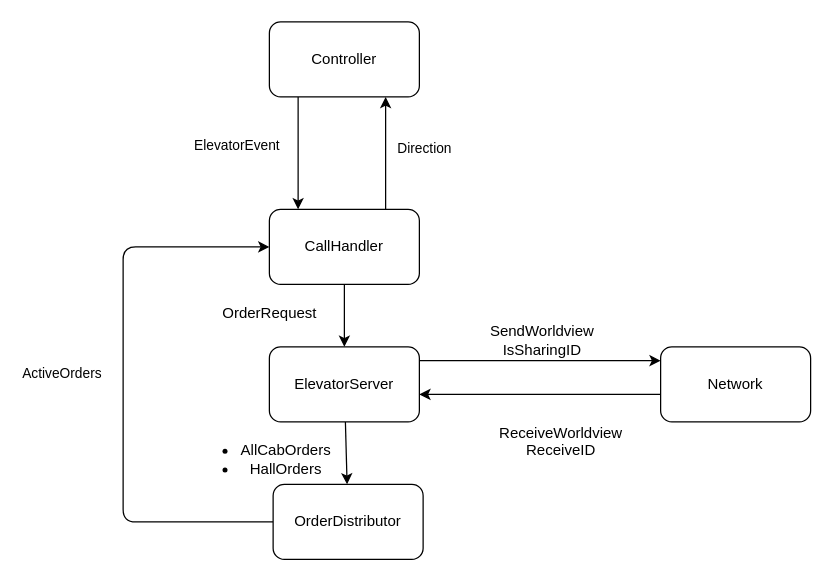
jensmunkerud/ElevatorProject keeps this draw.io diagram as Documentation/systemOverviewUML.drawio. Above is the earlier version. Source tidied: cells renumbered, new cells numbered last; positions are measured from the earlier drawing's top-left corner, leaving out a move shared by most shapes. Both pictures are drawn from the tidied source at 125%, with x=0, y=0 at pixel (122, 21).
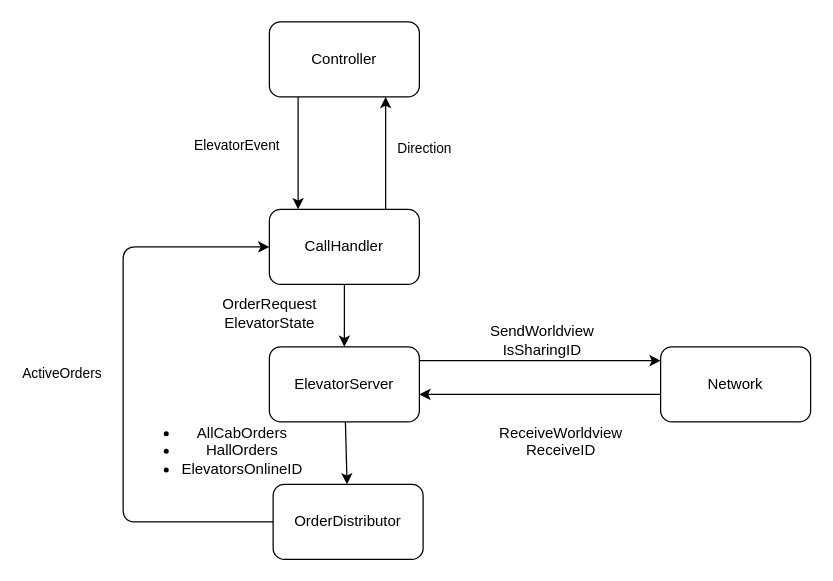
Above is the later version.

Change to the diagram source:
```diff
@@
-    <mxCell id="17" value="OrderRequest" style="text;html=1;align=center;verticalAlign=middle;strokeColor=none;fillColor=none;" parent="1" vertex="1">
-      <mxGeometry x="67" y="218" width="100" height="30" as="geometry" />
+    <mxCell id="17" value="OrderRequest&lt;div&gt;ElevatorState&lt;/div&gt;" style="text;html=1;align=center;verticalAlign=middle;strokeColor=none;fillColor=none;" parent="1" vertex="1">
+      <mxGeometry x="67" y="213" width="100" height="40" as="geometry" />
     </mxCell>
-    <mxCell id="18" value="&lt;ul&gt;&lt;li&gt;AllCabOrders&lt;/li&gt;&lt;li&gt;HallOrders&lt;/li&gt;&lt;/ul&gt;" style="text;html=1;align=center;verticalAlign=middle;strokeColor=none;fillColor=none;" parent="1" vertex="1">
-      <mxGeometry x="40" y="310" width="140" height="80" as="geometry" />
+    <mxCell id="18" value="&lt;ul&gt;&lt;li&gt;AllCabOrders&lt;/li&gt;&lt;li&gt;HallOrders&lt;/li&gt;&lt;li&gt;ElevatorsOnlineID&lt;/li&gt;&lt;/ul&gt;" style="text;html=1;align=center;verticalAlign=middle;strokeColor=none;fillColor=none;" parent="1" vertex="1">
+      <mxGeometry x="-5" y="293" width="160" height="100" as="geometry" />
     </mxCell>
```
